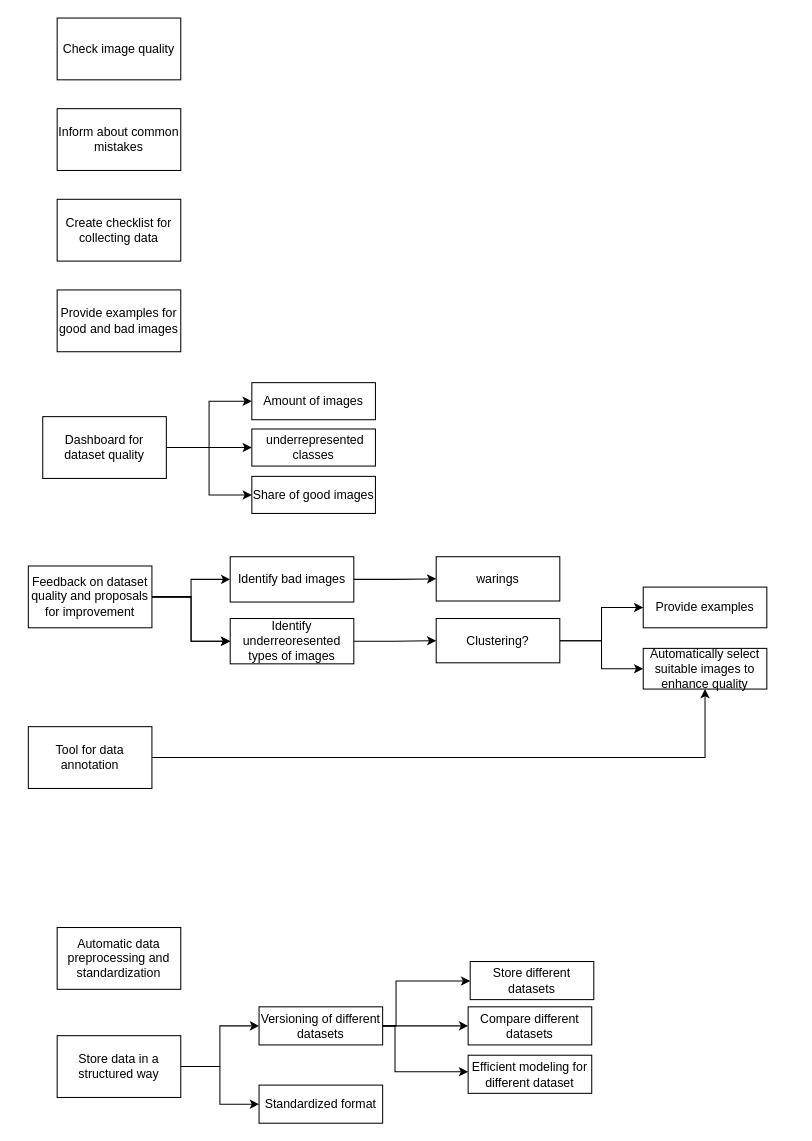
Above: DataCollection.drawio in jwiggerthale/Safe_AutoML (draw.io), before the change. Source tidied: cells renumbered, new cells numbered last; positions are measured from the earlier drawing's top-left corner, leaving out a move shared by most shapes. Both pictures are drawn from the tidied source at 103%, with x=0, y=0 at pixel (28, 18).
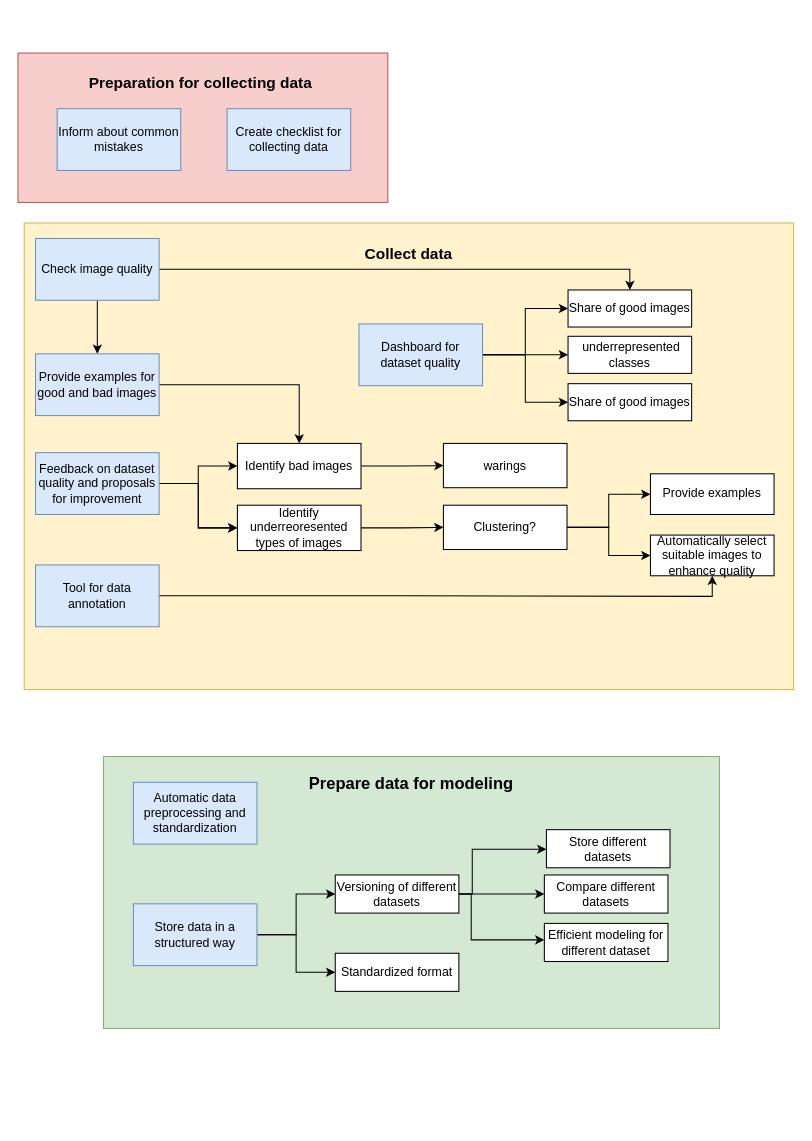
After the change.

The edit, as a diff of the source:
```diff
@@
+    <mxCell id="41" value="Prepare data for modeling&lt;div style=&quot;font-size: 16px;&quot;&gt;&lt;br style=&quot;font-size: 16px;&quot;&gt;&lt;/div&gt;&lt;div style=&quot;font-size: 16px;&quot;&gt;&lt;br style=&quot;font-size: 16px;&quot;&gt;&lt;/div&gt;&lt;div style=&quot;font-size: 16px;&quot;&gt;&lt;br style=&quot;font-size: 16px;&quot;&gt;&lt;/div&gt;&lt;div style=&quot;font-size: 16px;&quot;&gt;&lt;br style=&quot;font-size: 16px;&quot;&gt;&lt;/div&gt;&lt;div style=&quot;font-size: 16px;&quot;&gt;&lt;br style=&quot;font-size: 16px;&quot;&gt;&lt;/div&gt;&lt;div style=&quot;font-size: 16px;&quot;&gt;&lt;br style=&quot;font-size: 16px;&quot;&gt;&lt;/div&gt;&lt;div style=&quot;font-size: 16px;&quot;&gt;&lt;br style=&quot;font-size: 16px;&quot;&gt;&lt;/div&gt;&lt;div style=&quot;font-size: 16px;&quot;&gt;&lt;br style=&quot;font-size: 16px;&quot;&gt;&lt;/div&gt;&lt;div style=&quot;font-size: 16px;&quot;&gt;&lt;br style=&quot;font-size: 16px;&quot;&gt;&lt;/div&gt;&lt;div style=&quot;font-size: 16px;&quot;&gt;&lt;br style=&quot;font-size: 16px;&quot;&gt;&lt;/div&gt;&lt;div style=&quot;font-size: 16px;&quot;&gt;&lt;br&gt;&lt;/div&gt;" style="rounded=0;whiteSpace=wrap;html=1;fillColor=#d5e8d4;strokeColor=#82b366;fontSize=16;fontStyle=1;" parent="1" vertex="1">
+      <mxGeometry x="73" y="717" width="598" height="264" as="geometry" />
+    </mxCell>
+    <mxCell id="42" value="Collect data&lt;div&gt;&lt;br&gt;&lt;/div&gt;&lt;div&gt;&lt;br&gt;&lt;/div&gt;&lt;div&gt;&lt;br&gt;&lt;/div&gt;&lt;div&gt;&lt;br&gt;&lt;/div&gt;&lt;div&gt;&lt;br&gt;&lt;/div&gt;&lt;div&gt;&lt;br&gt;&lt;/div&gt;&lt;div&gt;&lt;br&gt;&lt;/div&gt;&lt;div&gt;&lt;br&gt;&lt;/div&gt;&lt;div&gt;&lt;br&gt;&lt;/div&gt;&lt;div&gt;&lt;br&gt;&lt;/div&gt;&lt;div&gt;&lt;br&gt;&lt;/div&gt;&lt;div&gt;&lt;br&gt;&lt;/div&gt;&lt;div&gt;&lt;br&gt;&lt;/div&gt;&lt;div&gt;&lt;br&gt;&lt;/div&gt;&lt;div&gt;&lt;br&gt;&lt;/div&gt;&lt;div&gt;&lt;br&gt;&lt;/div&gt;&lt;div&gt;&lt;br&gt;&lt;/div&gt;&lt;div&gt;&lt;br&gt;&lt;/div&gt;&lt;div&gt;&lt;br&gt;&lt;/div&gt;&lt;div&gt;&lt;br&gt;&lt;/div&gt;&lt;div&gt;&lt;br&gt;&lt;/div&gt;&lt;div&gt;&lt;br&gt;&lt;/div&gt;" style="rounded=0;whiteSpace=wrap;html=1;fillColor=#fff2cc;strokeColor=#d6b656;fontSize=15;fontStyle=1;" parent="1" vertex="1">
+      <mxGeometry x="-4" y="199" width="747" height="453" as="geometry" />
+    </mxCell>
+    <mxCell id="43" value="Preparation for collecting data&amp;nbsp;&lt;div style=&quot;font-size: 15px;&quot;&gt;&lt;br style=&quot;font-size: 15px;&quot;&gt;&lt;/div&gt;&lt;div style=&quot;font-size: 15px;&quot;&gt;&lt;br style=&quot;font-size: 15px;&quot;&gt;&lt;/div&gt;&lt;div style=&quot;font-size: 15px;&quot;&gt;&lt;br style=&quot;font-size: 15px;&quot;&gt;&lt;/div&gt;&lt;div style=&quot;font-size: 15px;&quot;&gt;&lt;br style=&quot;font-size: 15px;&quot;&gt;&lt;/div&gt;&lt;div style=&quot;font-size: 15px;&quot;&gt;&lt;br style=&quot;font-size: 15px;&quot;&gt;&lt;/div&gt;" style="rounded=0;whiteSpace=wrap;html=1;fontStyle=1;fontSize=15;fillColor=#f8cecc;strokeColor=#b85450;" parent="1" vertex="1">
+      <mxGeometry x="-10" y="34" width="359" height="145" as="geometry" />
+    </mxCell>
+    <mxCell id="44" style="edgeStyle=orthogonalEdgeStyle;rounded=0;jettySize=auto;html=1;" parent="1" edge="1" source="2" target="5">
+      <mxGeometry relative="1" as="geometry" />
+    </mxCell>
+    <mxCell id="45" style="edgeStyle=orthogonalEdgeStyle;rounded=0;jettySize=auto;html=1;entryX=0.5;entryY=0;entryDx=0;entryDy=0;" parent="1" edge="1" source="2" target="33">
+      <mxGeometry relative="1" as="geometry" />
+    </mxCell>
-    <mxCell id="2" value="Check image quality" style="rounded=0;whiteSpace=wrap;html=1;" parent="1" vertex="1">
-      <mxGeometry x="28" width="120" height="60" as="geometry" />
+    <mxCell id="2" value="Check image quality" style="rounded=0;whiteSpace=wrap;html=1;fillColor=#dae8fc;strokeColor=#6c8ebf;" parent="1" vertex="1">
+      <mxGeometry x="7" y="214" width="120" height="60" as="geometry" />
     </mxCell>
-    <mxCell id="3" value="Inform about common mistakes" style="rounded=0;whiteSpace=wrap;html=1;" parent="1" vertex="1">
+    <mxCell id="3" value="Inform about common mistakes" style="rounded=0;whiteSpace=wrap;html=1;fillColor=#dae8fc;strokeColor=#6c8ebf;" parent="1" vertex="1">
       <mxGeometry x="28" y="88" width="120" height="60" as="geometry" />
     </mxCell>
-    <mxCell id="4" value="Create checklist for collecting data" style="rounded=0;whiteSpace=wrap;html=1;" parent="1" vertex="1">
-      <mxGeometry x="28" y="176" width="120" height="60" as="geometry" />
+    <mxCell id="4" value="Create checklist for collecting data" style="rounded=0;whiteSpace=wrap;html=1;fillColor=#dae8fc;strokeColor=#6c8ebf;" parent="1" vertex="1">
+      <mxGeometry x="193" y="88" width="120" height="60" as="geometry" />
     </mxCell>
+    <mxCell id="46" style="edgeStyle=orthogonalEdgeStyle;rounded=0;jettySize=auto;html=1;entryX=0.5;entryY=0;entryDx=0;entryDy=0;" parent="1" edge="1" source="5" target="30">
+      <mxGeometry relative="1" as="geometry" />
+    </mxCell>
-    <mxCell id="5" value="Provide examples for good and bad images" style="rounded=0;whiteSpace=wrap;html=1;" parent="1" vertex="1">
-      <mxGeometry x="28" y="264" width="120" height="60" as="geometry" />
+    <mxCell id="5" value="Provide examples for good and bad images" style="rounded=0;whiteSpace=wrap;html=1;fillColor=#dae8fc;strokeColor=#6c8ebf;" parent="1" vertex="1">
+      <mxGeometry x="7" y="326" width="120" height="60" as="geometry" />
     </mxCell>
@@
-    <mxCell id="7" value="Tool for data annotation" style="rounded=0;whiteSpace=wrap;html=1;" parent="1" vertex="1">
-      <mxGeometry y="688" width="120" height="60" as="geometry" />
+    <mxCell id="7" value="Tool for data annotation" style="rounded=0;whiteSpace=wrap;html=1;fillColor=#dae8fc;strokeColor=#6c8ebf;" parent="1" vertex="1">
+      <mxGeometry x="7" y="531" width="120" height="60" as="geometry" />
     </mxCell>
@@
-    <mxCell id="10" value="Store data in a structured way" style="rounded=0;whiteSpace=wrap;html=1;" parent="1" vertex="1">
-      <mxGeometry x="28" y="988" width="120" height="60" as="geometry" />
+    <mxCell id="10" value="Store data in a structured way" style="rounded=0;whiteSpace=wrap;html=1;fillColor=#dae8fc;strokeColor=#6c8ebf;" parent="1" vertex="1">
+      <mxGeometry x="102" y="860" width="120" height="60" as="geometry" />
     </mxCell>
     <mxCell id="11" style="edgeStyle=orthogonalEdgeStyle;rounded=0;jettySize=auto;html=1;" parent="1" edge="1" source="14" target="37">
       <mxGeometry relative="1" as="geometry">
         <Array as="points">
-          <mxPoint x="357" y="979" />
-          <mxPoint x="357" y="935" />
+          <mxPoint x="431" y="851" />
+          <mxPoint x="431" y="807" />
         </Array>
       </mxGeometry>
     </mxCell>
@@
     <mxCell id="13" style="edgeStyle=orthogonalEdgeStyle;rounded=0;jettySize=auto;html=1;" parent="1" edge="1" source="14" target="40">
       <mxGeometry relative="1" as="geometry">
         <Array as="points">
-          <mxPoint x="356" y="979" />
-          <mxPoint x="356" y="1023" />
+          <mxPoint x="430" y="851" />
+          <mxPoint x="430" y="895" />
         </Array>
       </mxGeometry>
     </mxCell>
     <mxCell id="14" value="Versioning of different datasets" style="rounded=0;whiteSpace=wrap;html=1;" parent="1" vertex="1">
-      <mxGeometry x="224" y="960" width="120" height="37" as="geometry" />
+      <mxGeometry x="298" y="832" width="120" height="37" as="geometry" />
     </mxCell>
@@
-    <mxCell id="18" value="Dashboard for dataset quality" style="rounded=0;whiteSpace=wrap;html=1;" parent="1" vertex="1">
-      <mxGeometry x="14" y="387" width="120" height="60" as="geometry" />
+    <mxCell id="18" value="Dashboard for dataset quality" style="rounded=0;whiteSpace=wrap;html=1;fillColor=#dae8fc;strokeColor=#6c8ebf;" parent="1" vertex="1">
+      <mxGeometry x="321" y="297" width="120" height="60" as="geometry" />
     </mxCell>
@@
-    <mxCell id="22" value="Feedback on dataset quality and proposals for improvement" style="rounded=0;whiteSpace=wrap;html=1;" parent="1" vertex="1">
-      <mxGeometry y="532" width="120" height="60" as="geometry" />
+    <mxCell id="22" value="Feedback on dataset quality and proposals for improvement" style="rounded=0;whiteSpace=wrap;html=1;fillColor=#dae8fc;strokeColor=#6c8ebf;" parent="1" vertex="1">
+      <mxGeometry x="7" y="422" width="120" height="60" as="geometry" />
     </mxCell>
-    <mxCell id="23" value="Automatic data preprocessing and standardization" style="rounded=0;whiteSpace=wrap;html=1;" parent="1" vertex="1">
-      <mxGeometry x="28" y="883" width="120" height="60" as="geometry" />
+    <mxCell id="23" value="Automatic data preprocessing and standardization" style="rounded=0;whiteSpace=wrap;html=1;fillColor=#dae8fc;strokeColor=#6c8ebf;" parent="1" vertex="1">
+      <mxGeometry x="102" y="742" width="120" height="60" as="geometry" />
     </mxCell>
@@
     <mxCell id="25" value="Identify underreoresented types of images" style="whiteSpace=wrap;html=1;rounded=0;" parent="1" vertex="1">
-      <mxGeometry x="196" y="583" width="120" height="44" as="geometry" />
+      <mxGeometry x="203" y="473" width="120" height="44" as="geometry" />
     </mxCell>
@@
     <mxCell id="28" value="Clustering?" style="whiteSpace=wrap;html=1;rounded=0;" parent="1" vertex="1">
-      <mxGeometry x="396" y="583" width="120" height="43" as="geometry" />
+      <mxGeometry x="403" y="473" width="120" height="43" as="geometry" />
     </mxCell>
@@
     <mxCell id="30" value="Identify bad images" style="whiteSpace=wrap;html=1;rounded=0;" parent="1" vertex="1">
-      <mxGeometry x="196" y="523" width="120" height="44" as="geometry" />
+      <mxGeometry x="203" y="413" width="120" height="44" as="geometry" />
     </mxCell>
     <mxCell id="31" value="warings" style="whiteSpace=wrap;html=1;rounded=0;" parent="1" vertex="1">
-      <mxGeometry x="396" y="523" width="120" height="43" as="geometry" />
+      <mxGeometry x="403" y="413" width="120" height="43" as="geometry" />
     </mxCell>
     <mxCell id="32" value="Provide examples" style="whiteSpace=wrap;html=1;rounded=0;" parent="1" vertex="1">
-      <mxGeometry x="597" y="552.5" width="120" height="39.5" as="geometry" />
+      <mxGeometry x="604" y="442.5" width="120" height="39.5" as="geometry" />
     </mxCell>
-    <mxCell id="33" value="Amount of images" style="rounded=0;whiteSpace=wrap;html=1;" parent="1" vertex="1">
-      <mxGeometry x="217" y="354" width="120" height="36" as="geometry" />
+    <mxCell id="33" value="Share of good images" style="rounded=0;whiteSpace=wrap;html=1;" parent="1" vertex="1">
+      <mxGeometry x="524" y="264" width="120" height="36" as="geometry" />
     </mxCell>
     <mxCell id="34" value="&amp;nbsp;underrepresented classes" style="rounded=0;whiteSpace=wrap;html=1;" parent="1" vertex="1">
-      <mxGeometry x="217" y="399" width="120" height="36" as="geometry" />
+      <mxGeometry x="524" y="309" width="120" height="36" as="geometry" />
     </mxCell>
     <mxCell id="35" value="Automatically select suitable images to enhance quality" style="whiteSpace=wrap;html=1;rounded=0;" parent="1" vertex="1">
-      <mxGeometry x="597" y="612" width="120" height="39.5" as="geometry" />
+      <mxGeometry x="604" y="502" width="120" height="39.5" as="geometry" />
     </mxCell>
     <mxCell id="36" value="Share of good images" style="rounded=0;whiteSpace=wrap;html=1;" parent="1" vertex="1">
-      <mxGeometry x="217" y="445" width="120" height="36" as="geometry" />
+      <mxGeometry x="524" y="355" width="120" height="36" as="geometry" />
     </mxCell>
     <mxCell id="37" value="Store different datasets" style="whiteSpace=wrap;html=1;rounded=0;" parent="1" vertex="1">
-      <mxGeometry x="429" y="916" width="120" height="37" as="geometry" />
+      <mxGeometry x="503" y="788" width="120" height="37" as="geometry" />
     </mxCell>
     <mxCell id="38" value="Standardized format" style="rounded=0;whiteSpace=wrap;html=1;" parent="1" vertex="1">
-      <mxGeometry x="224" y="1036" width="120" height="37" as="geometry" />
+      <mxGeometry x="298" y="908" width="120" height="37" as="geometry" />
     </mxCell>
     <mxCell id="39" value="Compare different datasets" style="whiteSpace=wrap;html=1;rounded=0;" parent="1" vertex="1">
-      <mxGeometry x="427" y="960" width="120" height="37" as="geometry" />
+      <mxGeometry x="501" y="832" width="120" height="37" as="geometry" />
     </mxCell>
     <mxCell id="40" value="Efficient modeling for different dataset" style="whiteSpace=wrap;html=1;rounded=0;" parent="1" vertex="1">
-      <mxGeometry x="427" y="1007" width="120" height="37" as="geometry" />
+      <mxGeometry x="501" y="879" width="120" height="37" as="geometry" />
     </mxCell>
```
